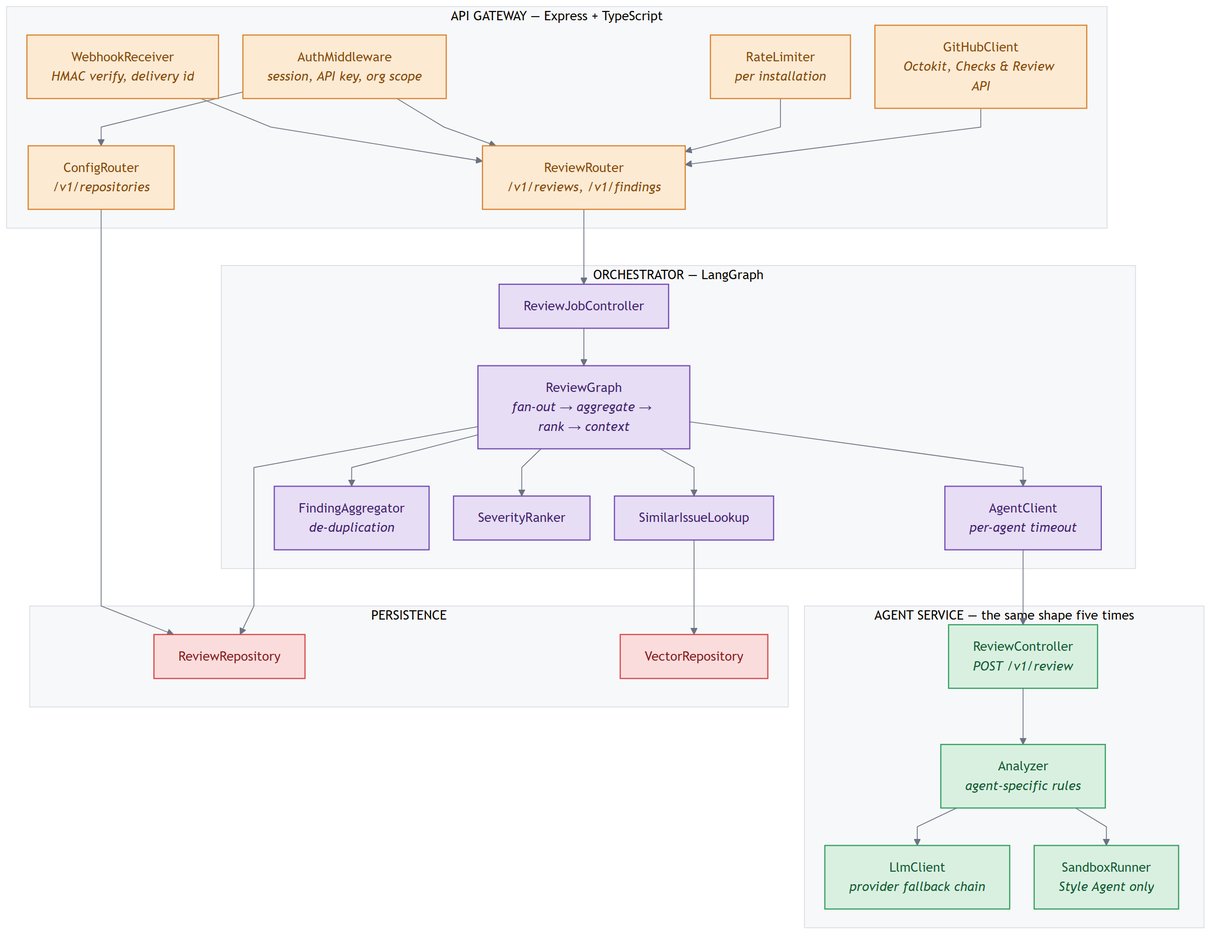
Above: docs/design/diagrams/component.png in sumit-0804/Code-Sentinel (Mermaid), before the change. Its source is kept beside it as docs/design/diagrams/mermaid/component.mmd. Its diagram source:
```mermaid
%%{init: {"theme":"base","themeVariables":{"lineColor":"#6b7280","primaryTextColor":"#1a1a1a"},"flowchart":{"curve":"linear","nodeSpacing":30,"rankSpacing":46}} }%%
flowchart TB

    subgraph GWS["API GATEWAY — Express + TypeScript  "]
        direction LR
        WHR["WebhookReceiver<br/><i>HMAC verify, delivery id</i>"]
        AUTH["AuthMiddleware<br/><i>session, API key, org scope</i>"]
        RL["RateLimiter<br/><i>per installation</i>"]
        RT["ReviewRouter<br/><i>/v1/reviews, /v1/findings</i>"]
        CFG["ConfigRouter<br/><i>/v1/repositories</i>"]
        GHC["GitHubClient<br/><i>Octokit, Checks & Review API</i>"]
    end

    subgraph ORS["ORCHESTRATOR — LangGraph  "]
        direction LR
        JOB["ReviewJobController"]
        GRAPH["ReviewGraph<br/><i>fan-out → aggregate → rank → context</i>"]
        AC["AgentClient<br/><i>per-agent timeout</i>"]
        AGG["FindingAggregator<br/><i>de-duplication</i>"]
        RANK["SeverityRanker"]
        SIM["SimilarIssueLookup"]
    end

    subgraph AGS["AGENT SERVICE — the same shape five times  "]
        direction LR
        API["ReviewController<br/><i>POST /v1/review</i>"]
        ANA["Analyzer<br/><i>agent-specific rules</i>"]
        LLMC["LlmClient<br/><i>provider fallback chain</i>"]
        SBX["SandboxRunner<br/><i>Style Agent only</i>"]
    end

    subgraph PERS["PERSISTENCE  "]
        direction LR
        REPO["ReviewRepository"]
        VEC["VectorRepository"]
    end

    WHR --> RT
    AUTH --> RT
    AUTH --> CFG
    RL --> RT
    RT --> JOB
    CFG --> REPO
    GHC --> RT

    JOB --> GRAPH
    GRAPH --> AC
    GRAPH --> AGG
    GRAPH --> RANK
    GRAPH --> SIM
    AC --> API
    SIM --> VEC
    GRAPH --> REPO

    API --> ANA
    ANA --> LLMC
    ANA --> SBX

    classDef gateway  fill:#fdead3,stroke:#d9822b,stroke-width:1.4px,color:#8a4b0b
    classDef orchestr fill:#e7ddf5,stroke:#7048b6,stroke-width:1.4px,color:#432371
    classDef agent    fill:#d9f0e1,stroke:#2f9e5e,stroke-width:1.4px,color:#155c33
    classDef data     fill:#fbdcdc,stroke:#d64545,stroke-width:1.4px,color:#8a1f1f

    class WHR,AUTH,RL,RT,CFG,GHC gateway
    class JOB,GRAPH,AC,AGG,RANK,SIM orchestr
    class API,ANA,LLMC,SBX agent
    class REPO,VEC data

    style GWS  fill:#f7f8fa,stroke:#d9dce2
    style ORS  fill:#f7f8fa,stroke:#d9dce2
    style AGS  fill:#f7f8fa,stroke:#d9dce2
    style PERS fill:#f7f8fa,stroke:#d9dce2
```
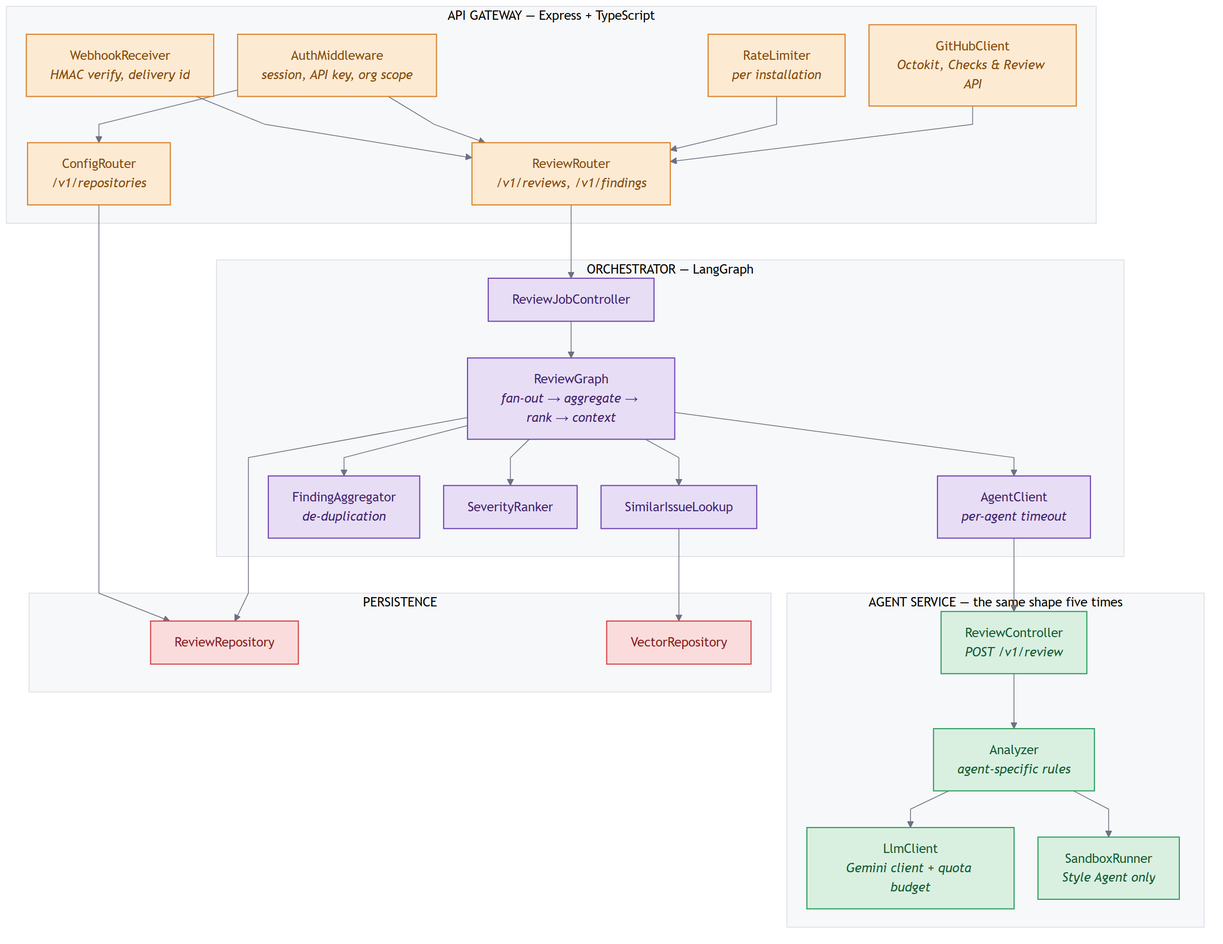
After the commit.

Change to the diagram source:
```diff
@@ -25,7 +25,7 @@
         direction LR
         API["ReviewController<br/><i>POST /v1/review</i>"]
         ANA["Analyzer<br/><i>agent-specific rules</i>"]
-        LLMC["LlmClient<br/><i>provider fallback chain</i>"]
+        LLMC["LlmClient<br/><i>Gemini client + quota budget</i>"]
         SBX["SandboxRunner<br/><i>Style Agent only</i>"]
     end
 
```
